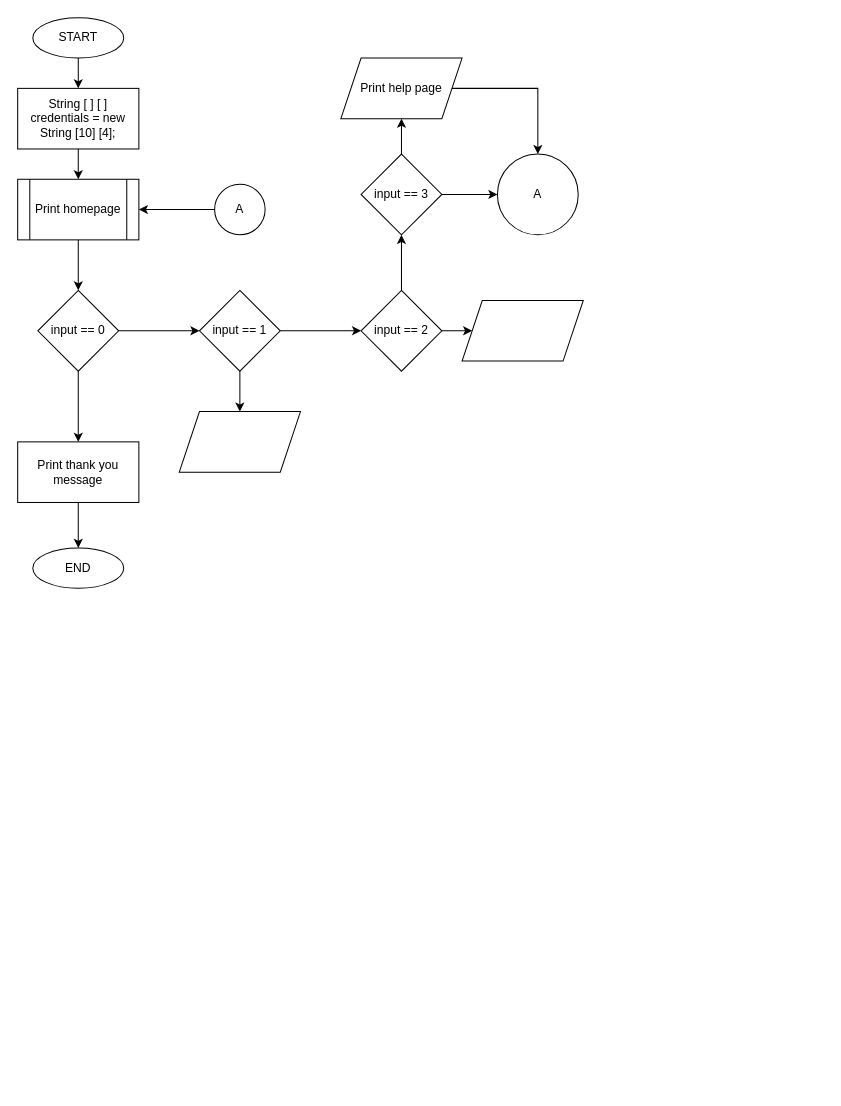
Gooseytwoshoes/Creditcard-Database keeps this draw.io diagram as CreditWise.drawio. Above is the earlier version. Source tidied: cells renumbered, new cells numbered last; positions are measured from the earlier drawing's top-left corner, leaving out a move shared by most shapes. Both pictures are drawn from the tidied source at 101%, with x=0, y=0 at pixel (17, 17).
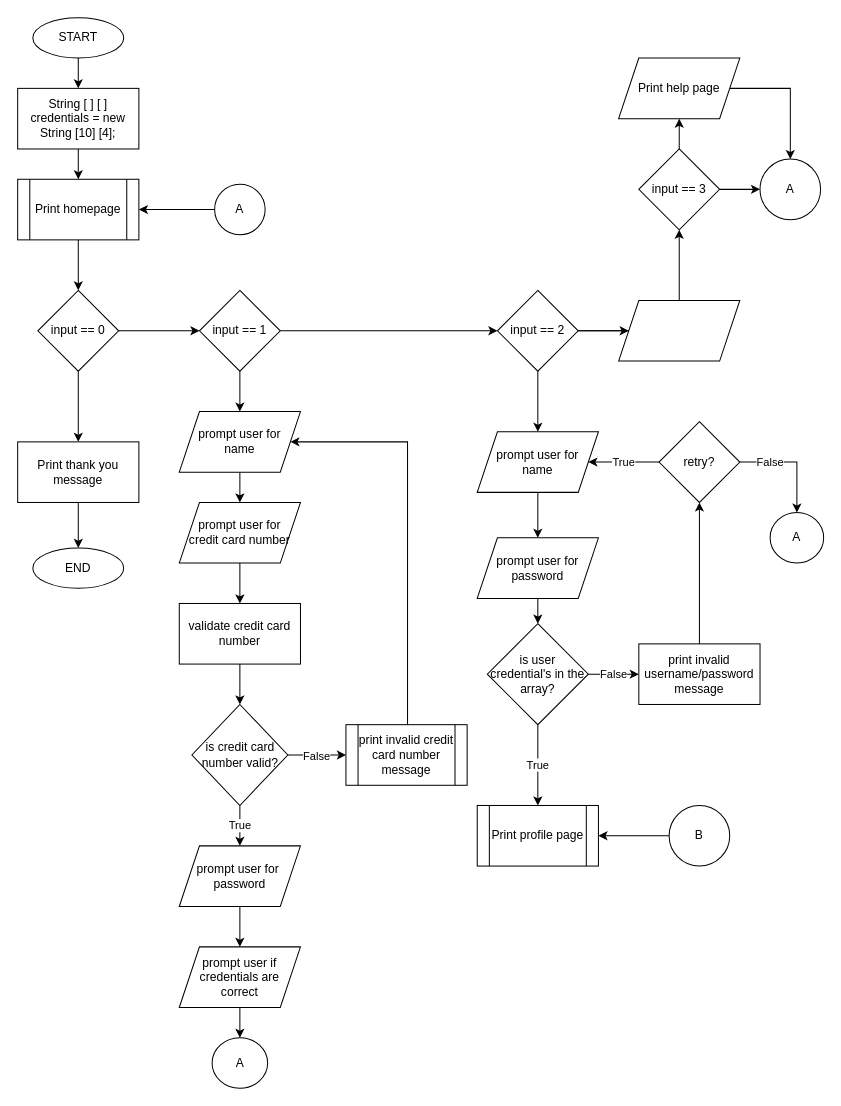
The same diagram, later.

The edit, as a diff of the source:
```diff
@@
+    <mxCell id="30" style="edgeStyle=orthogonalEdgeStyle;rounded=0;jettySize=auto;html=1;" parent="1" edge="1" source="17" target="40">
+      <mxGeometry relative="1" as="geometry" />
+    </mxCell>
     <mxCell id="17" value="input == 2" style="rhombus;whiteSpace=wrap;html=1;" parent="1" vertex="1">
-      <mxGeometry x="340" y="270" width="80" height="80" as="geometry" />
+      <mxGeometry x="475" y="270" width="80" height="80" as="geometry" />
     </mxCell>
@@
     <mxCell id="20" value="input == 3" style="rhombus;whiteSpace=wrap;html=1;" parent="1" vertex="1">
-      <mxGeometry x="340" y="135" width="80" height="80" as="geometry" />
+      <mxGeometry x="615" y="130" width="80" height="80" as="geometry" />
     </mxCell>
@@
+    <mxCell id="31" style="edgeStyle=orthogonalEdgeStyle;rounded=0;jettySize=auto;html=1;" parent="1" edge="1" source="23" target="33">
+      <mxGeometry relative="1" as="geometry" />
+    </mxCell>
-    <mxCell id="23" style="shape=parallelogram;perimeter=parallelogramPerimeter;whiteSpace=wrap;html=1;fixedSize=1;" parent="1" vertex="1">
+    <mxCell id="23" value="prompt user for&lt;br&gt;name" style="shape=parallelogram;perimeter=parallelogramPerimeter;whiteSpace=wrap;html=1;fixedSize=1;" parent="1" vertex="1">
       <mxGeometry x="160" y="390" width="120" height="60" as="geometry" />
     </mxCell>
     <mxCell id="24" style="shape=parallelogram;perimeter=parallelogramPerimeter;whiteSpace=wrap;html=1;fixedSize=1;" parent="1" vertex="1">
-      <mxGeometry x="440" y="280" width="120" height="60" as="geometry" />
+      <mxGeometry x="595" y="280" width="120" height="60" as="geometry" />
     </mxCell>
@@
     <mxCell id="26" value="Print help page" style="shape=parallelogram;perimeter=parallelogramPerimeter;whiteSpace=wrap;html=1;fixedSize=1;" parent="1" vertex="1">
-      <mxGeometry x="320" y="40" width="120" height="60" as="geometry" />
+      <mxGeometry x="595" y="40" width="120" height="60" as="geometry" />
     </mxCell>
@@
     <mxCell id="29" value="A" style="ellipse;whiteSpace=wrap;html=1;" parent="1" vertex="1">
-      <mxGeometry x="475" y="135" width="80" height="80" as="geometry" />
+      <mxGeometry x="735" y="140" width="60" height="60" as="geometry" />
     </mxCell>
+    <mxCell id="32" style="edgeStyle=orthogonalEdgeStyle;rounded=0;jettySize=auto;html=1;" parent="1" edge="1" source="33" target="35">
+      <mxGeometry relative="1" as="geometry" />
+    </mxCell>
+    <mxCell id="33" value="prompt user for&lt;br&gt;credit card number" style="shape=parallelogram;perimeter=parallelogramPerimeter;whiteSpace=wrap;html=1;fixedSize=1;" parent="1" vertex="1">
+      <mxGeometry x="160" y="480" width="120" height="60" as="geometry" />
+    </mxCell>
+    <mxCell id="34" style="edgeStyle=orthogonalEdgeStyle;rounded=0;jettySize=auto;html=1;" parent="1" edge="1" source="35" target="38">
+      <mxGeometry relative="1" as="geometry" />
+    </mxCell>
+    <mxCell id="35" value="validate credit card number" style="whiteSpace=wrap;html=1;" parent="1" vertex="1">
+      <mxGeometry x="160" y="580" width="120" height="60" as="geometry" />
+    </mxCell>
+    <mxCell id="36" value="False" style="edgeStyle=orthogonalEdgeStyle;rounded=0;jettySize=auto;html=1;" parent="1" edge="1" source="38">
+      <mxGeometry relative="1" as="geometry">
+        <mxPoint x="325" y="730" as="targetPoint" />
+      </mxGeometry>
+    </mxCell>
+    <mxCell id="37" value="True" style="edgeStyle=orthogonalEdgeStyle;rounded=0;jettySize=auto;html=1;" parent="1" edge="1" source="38">
+      <mxGeometry relative="1" as="geometry">
+        <mxPoint x="220" y="820" as="targetPoint" />
+      </mxGeometry>
+    </mxCell>
+    <mxCell id="38" value="is credit card number valid?" style="rhombus;whiteSpace=wrap;html=1;" parent="1" vertex="1">
+      <mxGeometry x="172.5" y="680" width="95" height="100" as="geometry" />
+    </mxCell>
+    <mxCell id="39" style="edgeStyle=orthogonalEdgeStyle;rounded=0;jettySize=auto;html=1;" parent="1" edge="1" source="40" target="49">
+      <mxGeometry relative="1" as="geometry" />
+    </mxCell>
+    <mxCell id="40" value="prompt user for&lt;br&gt;name" style="shape=parallelogram;perimeter=parallelogramPerimeter;whiteSpace=wrap;html=1;fixedSize=1;" parent="1" vertex="1">
+      <mxGeometry x="455" y="410" width="120" height="60" as="geometry" />
+    </mxCell>
+    <mxCell id="41" style="edgeStyle=orthogonalEdgeStyle;rounded=0;jettySize=auto;html=1;" parent="1" edge="1" source="42">
+      <mxGeometry relative="1" as="geometry">
+        <mxPoint x="220" y="920" as="targetPoint" />
+      </mxGeometry>
+    </mxCell>
+    <mxCell id="42" value="prompt user for&amp;nbsp;&lt;br&gt;password" style="shape=parallelogram;perimeter=parallelogramPerimeter;whiteSpace=wrap;html=1;fixedSize=1;" parent="1" vertex="1">
+      <mxGeometry x="160" y="820" width="120" height="60" as="geometry" />
+    </mxCell>
+    <mxCell id="43" style="edgeStyle=orthogonalEdgeStyle;rounded=0;jettySize=auto;html=1;exitX=0.5;exitY=0;exitDx=0;exitDy=0;entryX=1;entryY=0.5;entryDx=0;entryDy=0;" parent="1" edge="1" source="44" target="23">
+      <mxGeometry relative="1" as="geometry">
+        <Array as="points">
+          <mxPoint x="386" y="700" />
+          <mxPoint x="386" y="420" />
+        </Array>
+      </mxGeometry>
+    </mxCell>
+    <mxCell id="44" value="print invalid credit&lt;br&gt;card number message" style="shape=process;whiteSpace=wrap;html=1;backgroundOutline=1;" parent="1" vertex="1">
+      <mxGeometry x="325" y="700" width="120" height="60" as="geometry" />
+    </mxCell>
+    <mxCell id="45" style="edgeStyle=orthogonalEdgeStyle;rounded=0;jettySize=auto;html=1;" parent="1" edge="1" source="46" target="47">
+      <mxGeometry relative="1" as="geometry" />
+    </mxCell>
+    <mxCell id="46" value="prompt user if&lt;br&gt;credentials are correct" style="shape=parallelogram;perimeter=parallelogramPerimeter;whiteSpace=wrap;html=1;fixedSize=1;" parent="1" vertex="1">
+      <mxGeometry x="160" y="920" width="120" height="60" as="geometry" />
+    </mxCell>
+    <mxCell id="47" value="A" style="ellipse;whiteSpace=wrap;html=1;" parent="1" vertex="1">
+      <mxGeometry x="192.5" y="1010" width="55" height="50" as="geometry" />
+    </mxCell>
+    <mxCell id="48" style="edgeStyle=orthogonalEdgeStyle;rounded=0;jettySize=auto;html=1;" parent="1" edge="1" source="49" target="52">
+      <mxGeometry relative="1" as="geometry" />
+    </mxCell>
+    <mxCell id="49" value="prompt user for password" style="shape=parallelogram;perimeter=parallelogramPerimeter;whiteSpace=wrap;html=1;fixedSize=1;" parent="1" vertex="1">
+      <mxGeometry x="455" y="515" width="120" height="60" as="geometry" />
+    </mxCell>
+    <mxCell id="50" value="False" style="edgeStyle=orthogonalEdgeStyle;rounded=0;jettySize=auto;html=1;" parent="1" edge="1" source="52" target="54">
+      <mxGeometry relative="1" as="geometry" />
+    </mxCell>
+    <mxCell id="51" value="True" style="edgeStyle=orthogonalEdgeStyle;rounded=0;jettySize=auto;html=1;" parent="1" edge="1" source="52" target="59">
+      <mxGeometry relative="1" as="geometry" />
+    </mxCell>
+    <mxCell id="52" value="is user credential's in the array?" style="rhombus;whiteSpace=wrap;html=1;" parent="1" vertex="1">
+      <mxGeometry x="465" y="600" width="100" height="100" as="geometry" />
+    </mxCell>
+    <mxCell id="53" style="edgeStyle=orthogonalEdgeStyle;rounded=0;jettySize=auto;html=1;" parent="1" edge="1" source="54" target="57">
+      <mxGeometry relative="1" as="geometry" />
+    </mxCell>
+    <mxCell id="54" value="print invalid username/password message" style="whiteSpace=wrap;html=1;" parent="1" vertex="1">
+      <mxGeometry x="615" y="620" width="120" height="60" as="geometry" />
+    </mxCell>
+    <mxCell id="55" value="False" style="edgeStyle=orthogonalEdgeStyle;rounded=0;jettySize=auto;html=1;" parent="1" edge="1" source="57" target="58">
+      <mxGeometry x="-0.44" relative="1" as="geometry" />
+    </mxCell>
+    <mxCell id="56" value="True" style="edgeStyle=orthogonalEdgeStyle;rounded=0;jettySize=auto;html=1;" parent="1" edge="1" source="57" target="40">
+      <mxGeometry relative="1" as="geometry" />
+    </mxCell>
+    <mxCell id="57" value="retry?" style="rhombus;whiteSpace=wrap;html=1;" parent="1" vertex="1">
+      <mxGeometry x="635" y="400" width="80" height="80" as="geometry" />
+    </mxCell>
+    <mxCell id="58" value="A" style="ellipse;whiteSpace=wrap;html=1;" parent="1" vertex="1">
+      <mxGeometry x="745" y="490" width="53" height="50" as="geometry" />
+    </mxCell>
+    <mxCell id="59" value="Print profile page" style="shape=process;whiteSpace=wrap;html=1;backgroundOutline=1;" parent="1" vertex="1">
+      <mxGeometry x="455" y="780" width="120" height="60" as="geometry" />
+    </mxCell>
+    <mxCell id="60" style="edgeStyle=orthogonalEdgeStyle;rounded=0;jettySize=auto;html=1;" parent="1" edge="1" source="61" target="59">
+      <mxGeometry relative="1" as="geometry" />
+    </mxCell>
+    <mxCell id="61" value="B" style="ellipse;whiteSpace=wrap;html=1;" parent="1" vertex="1">
+      <mxGeometry x="645" y="780" width="60" height="60" as="geometry" />
+    </mxCell>
```
